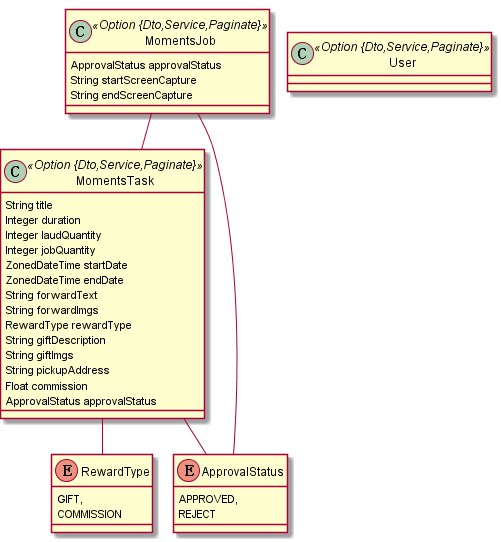
Above: models/task.png in lsfoo/share-task (PlantUML), before the change.
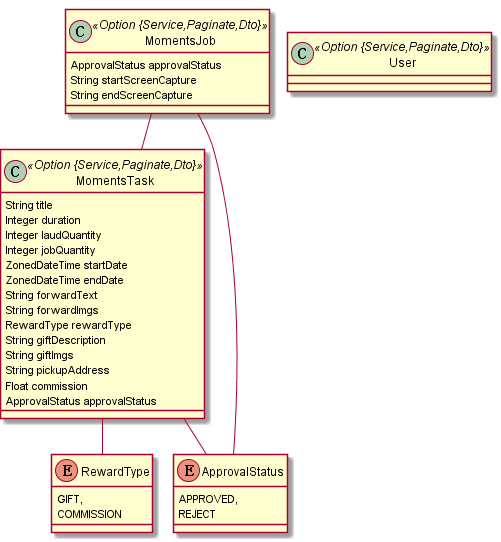
Above is the later version.

What changed in the source:
```diff
@@ -1,7 +1,7 @@
 @startuml
 	!pragma graphviz_dot jdot
 	!pragma syntax class
-	class MomentsTask <<Option {Dto,Service,Paginate}>> {
+	class MomentsTask <<Option {Service,Paginate,Dto}>> {
 		String title
 		Integer duration
 		Integer laudQuantity
@@ -27,13 +27,13 @@
 		APPROVED,
 		REJECT
 	}
-	class MomentsJob <<Option {Dto,Service,Paginate}>> {
+	class MomentsJob <<Option {Service,Paginate,Dto}>> {
 		ApprovalStatus approvalStatus
 		String startScreenCapture
 		String endScreenCapture
 	}
 	MomentsJob ..> ApprovalStatus
 	MomentsJob  "task(title) 0..* " o-- "0..1 "  MomentsTask
-	class User <<Option {Dto,Service,Paginate}>> {
+	class User <<Option {Service,Paginate,Dto}>> {
 	}
 @enduml
```
